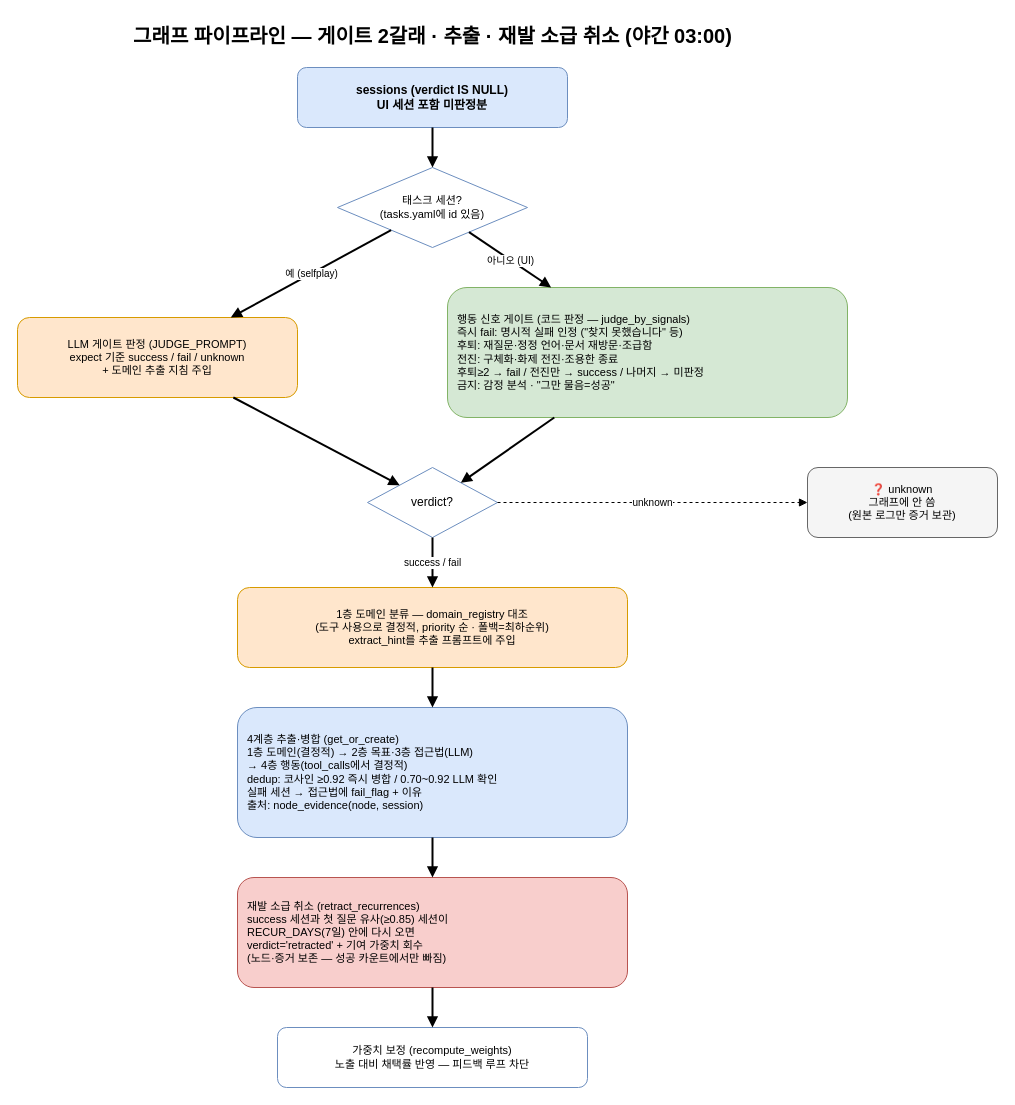
Before: page "5 그래프 파이프라인 (graph_pipeline.py)" (5 of 8) of docs/component-architecture.drawio in catinbox276/graph-search-chat, a draw.io diagram. Source tidied: cells renumbered, new cells numbered last; positions are measured from the earlier drawing's top-left corner, leaving out a move shared by most shapes. Both pictures are drawn from the tidied source at 100%, with x=0, y=0 at pixel (17, 17).
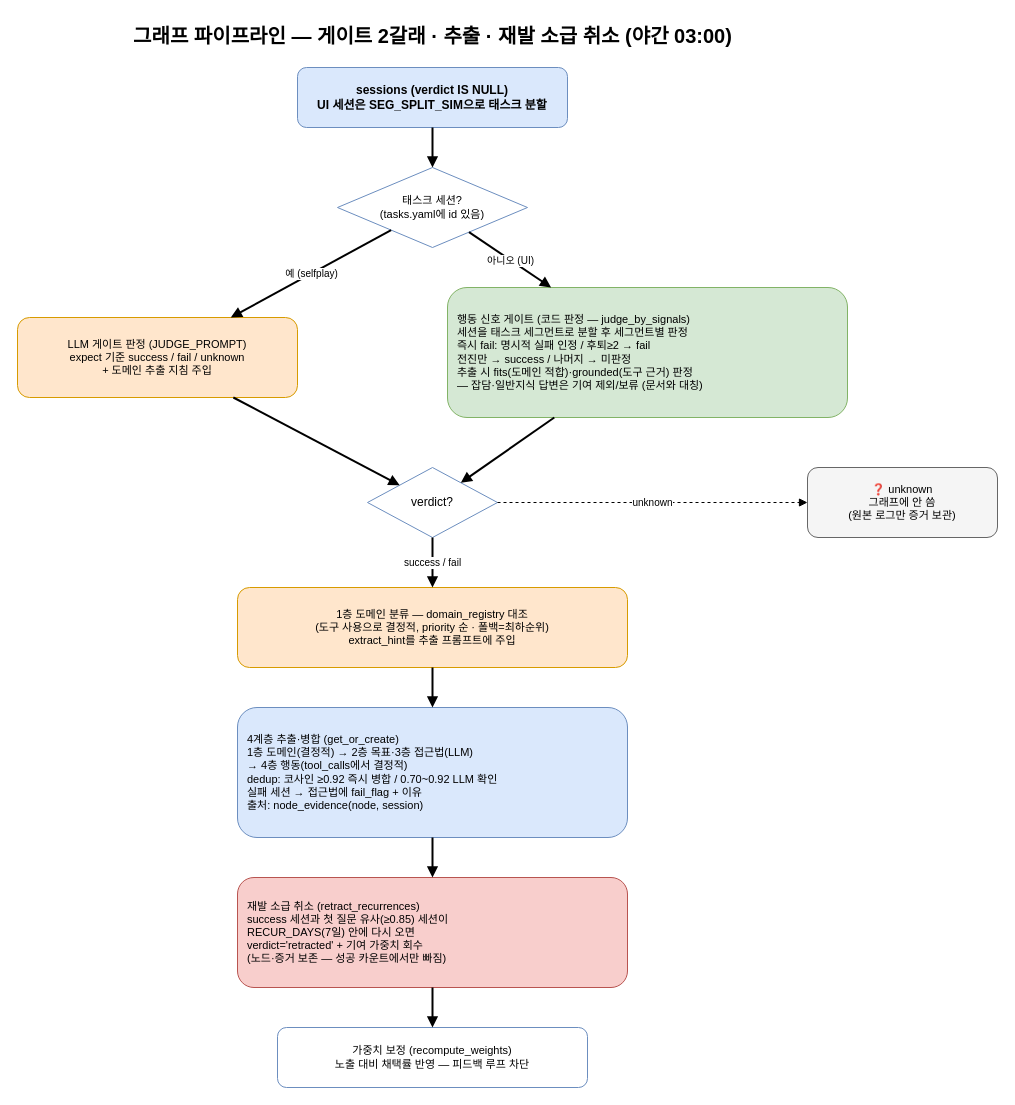
The same diagram, later.

Change to the diagram source:
```diff
@@
-    <mxCell id="3" value="sessions (verdict IS NULL)&#10;UI 세션 포함 미판정분" style="rounded=1;whiteSpace=wrap;html=1;fillColor=#dae8fc;strokeColor=#6c8ebf;fontSize=12;fontStyle=1;" parent="1" vertex="1">
+    <mxCell id="3" value="sessions (verdict IS NULL)&#10;UI 세션은 SEG_SPLIT_SIM으로 태스크 분할" style="rounded=1;whiteSpace=wrap;html=1;fillColor=#dae8fc;strokeColor=#6c8ebf;fontSize=12;fontStyle=1;" parent="1" vertex="1">
       <mxGeometry x="280" y="50" width="270" height="60" as="geometry" />
     </mxCell>
@@
-    <mxCell id="6" value="행동 신호 게이트 (코드 판정 — judge_by_signals)&#10;즉시 fail: 명시적 실패 인정 (&quot;찾지 못했습니다&quot; 등)&#10;후퇴: 재질문·정정 언어·문서 재방문·조급함&#10;전진: 구체화·화제 전진·조용한 종료&#10;후퇴≥2 → fail / 전진만 → success / 나머지 → 미판정&#10;금지: 감정 분석 · &quot;그만 물음=성공&quot;" style="rounded=1;whiteSpace=wrap;html=1;fillColor=#d5e8d4;strokeColor=#82b366;fontSize=11;align=left;spacingLeft=8;" parent="1" vertex="1">
+    <mxCell id="6" value="행동 신호 게이트 (코드 판정 — judge_by_signals)&#10;세션을 태스크 세그먼트로 분할 후 세그먼트별 판정&#10;즉시 fail: 명시적 실패 인정 / 후퇴≥2 → fail&#10;전진만 → success / 나머지 → 미판정&#10;추출 시 fits(도메인 적합)·grounded(도구 근거) 판정&#10;— 잡담·일반지식 답변은 기여 제외/보류 (문서와 대칭)" style="rounded=1;whiteSpace=wrap;html=1;fillColor=#d5e8d4;strokeColor=#82b366;fontSize=11;align=left;spacingLeft=8;" parent="1" vertex="1">
       <mxGeometry x="430" y="270" width="400" height="130" as="geometry" />
     </mxCell>
```
